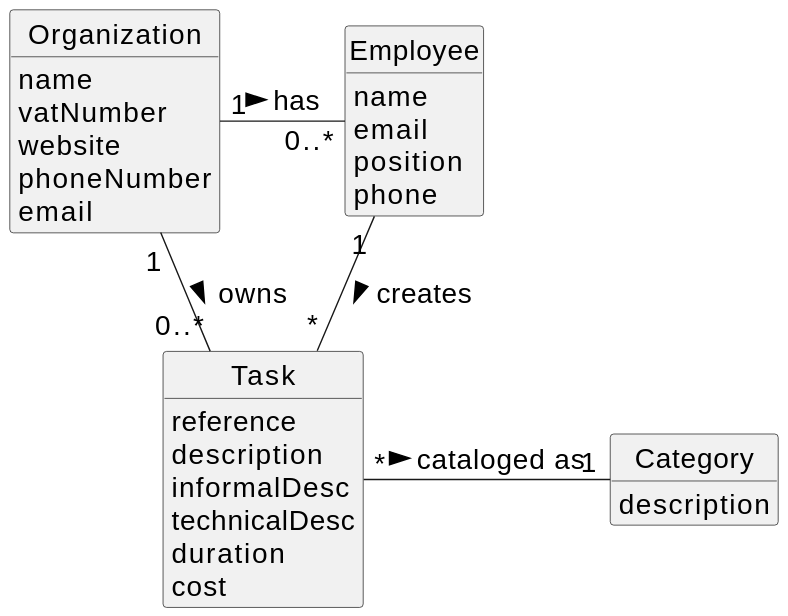
This is docs/sprintA/us002/02.analysis/svg/us002-domain-model.svg from daniel41silva05/ISEP_2023_2024_LAPR2, a PlantUML export, as it was before one commit. Source of this version:
```plantuml
@startuml
skinparamlocked defaultFontSize 20
skinparam monochrome true
skinparam packageStyle rectangle
skinparam shadowing false


skinparam classAttributeIconSize 0

hide circle
hide methods



class Organization {
    name
    vatNumber
    website
    phoneNumber
    email
}

class Task {
    reference
    description
    informalDesc
    technicalDesc
    duration
    cost
}

class Category {
    description
}

class Employee {
    name
    email
    position
    phone
}


Organization "1" - "0..*" Employee : has >
Organization "1" - "0..*" Task: owns >
Employee "1" -- "*" Task : creates >
Task "*" - "1" Category: cataloged as >
@enduml
```
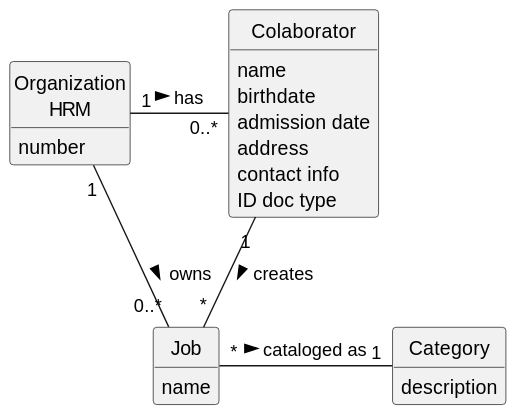
Later version of the same file.

The edit, as a diff of the source:
```diff
@@ -1,5 +1,4 @@
 @startuml
-skinparamlocked defaultFontSize 20
 skinparam monochrome true
 skinparam packageStyle rectangle
 skinparam shadowing false
@@ -12,37 +11,32 @@
 
 
 
-class Organization {
-    name
-    vatNumber
-    website
-    phoneNumber
-    email
+class Organization\nHRM {
+    number
 }
 
-class Task {
-    reference
-    description
-    informalDesc
-    technicalDesc
-    duration
-    cost
+class Job {
+    name
+
+
 }
 
 class Category {
     description
 }
 
-class Employee {
+class Colaborator {
     name
-    email
-    position
-    phone
+    birthdate
+    admission date
+    address
+    contact info
+    ID doc type
 }
 
 
-Organization "1" - "0..*" Employee : has >
-Organization "1" - "0..*" Task: owns >
-Employee "1" -- "*" Task : creates >
-Task "*" - "1" Category: cataloged as >
+Organization\nHRM "1" - "0..*" Colaborator : has >
+Organization\nHRM "1" - "0..*" Job: owns >
+Colaborator "1" -- "*" Job : creates >
+Job "*" - "1" Category: cataloged as >
 @enduml
```
